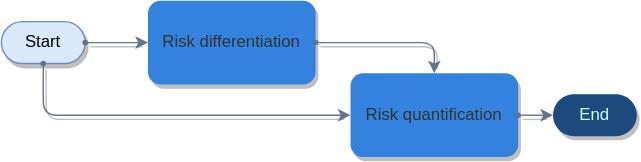
The draw.io diagram media/differentiation_quantification_small.drawio.svg in bergberg/eduquant-courses, before a commit. Source tidied: cells renumbered, new cells last; positions are measured from the earlier drawing's top-left corner, leaving out a move shared by most shapes.
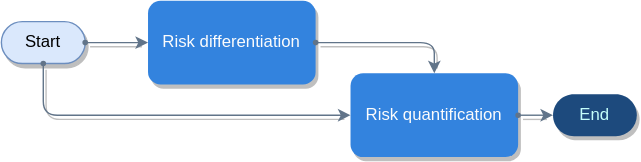
Above is the later version.

Diff of the diagram source:
```diff
@@ -2,13 +2,13 @@
   <root>
     <mxCell id="0" />
     <mxCell id="1" parent="0" />
-    <mxCell id="2" value="Risk differentiation" style="whiteSpace=wrap;html=1;shadow=1;fontFamily=Helvetica;fontColor=#333333;fontStyle=0;strokeColor=none;fillColor=#3383DE;spacing=0;spacingTop=0;spacingLeft=4;spacingRight=4;rounded=1;glass=0;enumerate=0;enumerateValue=2;fontSize=12;" parent="1" vertex="1">
+    <mxCell id="2" value="Risk differentiation" style="whiteSpace=wrap;html=1;shadow=1;fontFamily=Helvetica;fontColor=#FCFCFC;fontStyle=0;strokeColor=none;fillColor=#3383DE;spacing=0;spacingTop=0;spacingLeft=4;spacingRight=4;rounded=1;glass=0;enumerate=0;enumerateValue=2;fontSize=12;" parent="1" vertex="1">
       <mxGeometry x="105" width="120" height="60" as="geometry" />
     </mxCell>
     <mxCell id="3" value="Start" style="html=1;dashed=0;whitespace=wrap;shape=mxgraph.dfd.start;shadow=1;comic=0;strokeColor=#6c8ebf;fillColor=#dae8fc;fontFamily=Helvetica;fontStyle=0;fontSize=12;align=center;rounded=1;glass=0;enumerate=0;enumerateValue=1;whiteSpace=wrap;" parent="1" vertex="1">
       <mxGeometry y="15" width="60" height="30" as="geometry" />
     </mxCell>
-    <mxCell id="4" value="Risk quantification" style="whiteSpace=wrap;html=1;shadow=1;fontFamily=Helvetica;fontColor=#333333;fontStyle=0;strokeColor=none;fillColor=#3383DE;spacing=0;spacingTop=0;spacingLeft=4;spacingRight=4;rounded=1;glass=0;enumerate=0;enumerateValue=3;fontSize=12;" parent="1" vertex="1">
+    <mxCell id="4" value="Risk quantification" style="whiteSpace=wrap;html=1;shadow=1;fontFamily=Helvetica;fontColor=#FCFCFC;fontStyle=0;strokeColor=none;fillColor=#3383DE;spacing=0;spacingTop=0;spacingLeft=4;spacingRight=4;rounded=1;glass=0;enumerate=0;enumerateValue=3;fontSize=12;" parent="1" vertex="1">
       <mxGeometry x="250" y="52" width="120" height="60" as="geometry" />
     </mxCell>
     <mxCell id="5" value="End" style="html=1;dashed=0;whitespace=wrap;shape=mxgraph.dfd.start;shadow=1;comic=0;strokeColor=none;fillColor=#1D4A7D;fontFamily=Helvetica;fontStyle=0;fontSize=12;gradientColor=none;fontColor=#C5FFFB;rounded=1;glass=0;enumerate=0;whiteSpace=wrap;" parent="1" vertex="1">
```
